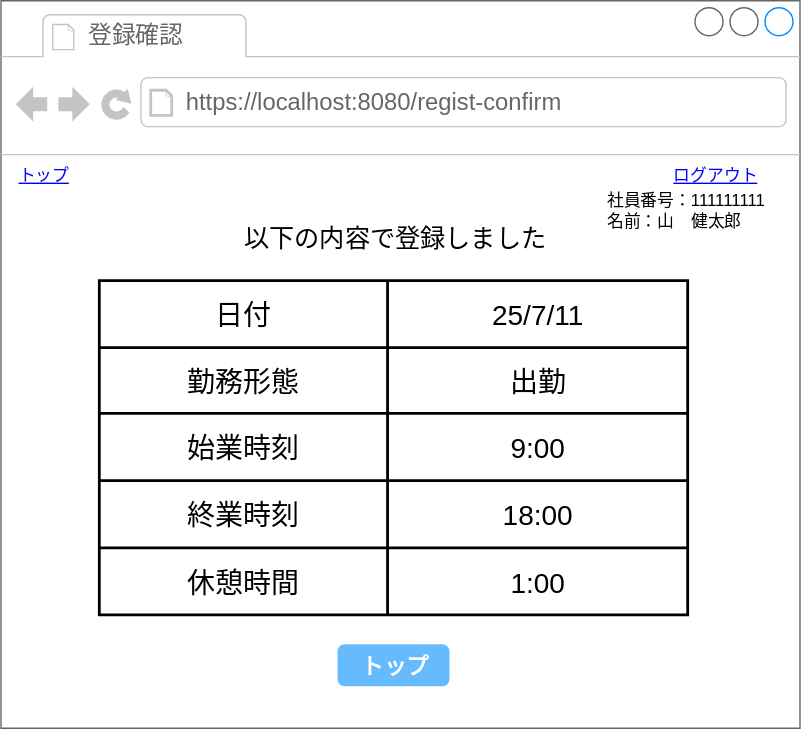
Earlier version of the draw.io export 基本設計/画面設計図/12_registconfirm.drawio.svg (ICT-Training-2026/team-project-15). Source tidied: cells renumbered, new cells last; positions are measured from the earlier drawing's top-left corner, leaving out a move shared by most shapes.
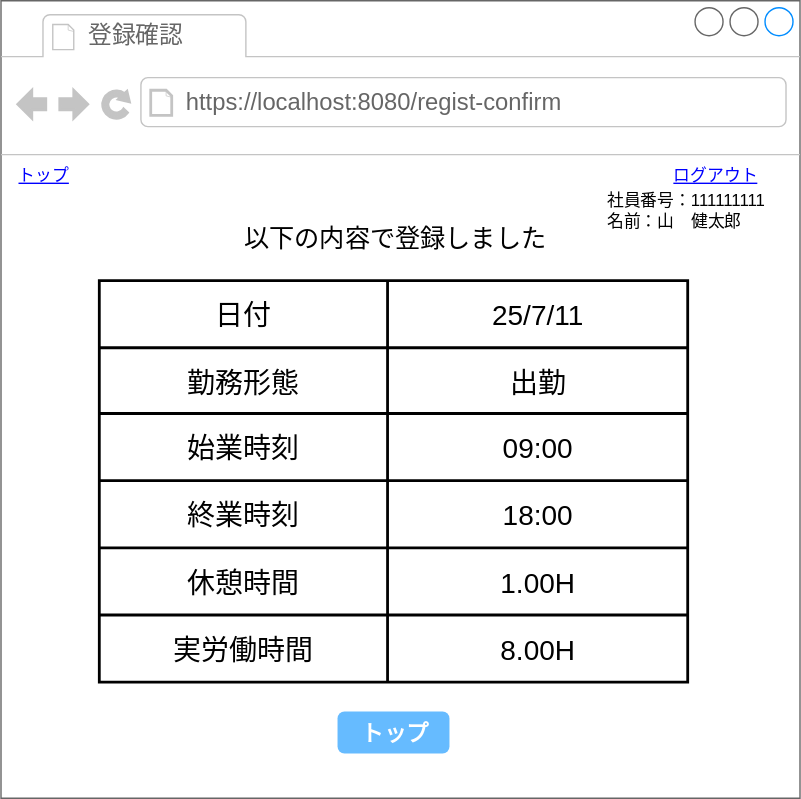
Above is the later version.

Diff of the diagram source:
```diff
@@ -3,7 +3,7 @@
     <mxCell id="0" />
     <mxCell id="1" parent="0" />
     <mxCell id="2" style="strokeWidth=1;shadow=0;dashed=0;align=center;html=1;shape=mxgraph.mockup.containers.browserWindow;rSize=0;strokeColor=#666666;strokeColor2=#008cff;strokeColor3=#c4c4c4;mainText=,;" parent="1" vertex="1">
-      <mxGeometry width="571" height="520" as="geometry" />
+      <mxGeometry width="571" height="570" as="geometry" />
     </mxCell>
     <mxCell id="3" value="登録確認" style="strokeWidth=1;shadow=0;dashed=0;align=center;html=1;shape=mxgraph.mockup.containers.anchor;fontSize=17;fontColor=#666666;align=left;whiteSpace=wrap;" parent="2" vertex="1">
       <mxGeometry x="60" y="12" width="110" height="26" as="geometry" />
@@ -24,7 +24,7 @@
       <mxGeometry x="431" y="130" width="140" height="40" as="geometry" />
     </mxCell>
     <mxCell id="9" style="shape=table;html=1;whiteSpace=wrap;startSize=0;strokeWidth=2;" parent="2" vertex="1">
-      <mxGeometry x="70.2" y="200" width="420.5" height="239" as="geometry" />
+      <mxGeometry x="70.2" y="200" width="420.5" height="287" as="geometry" />
     </mxCell>
     <mxCell id="10" style="shape=tableRow;horizontal=0;startSize=0;swimlaneHead=0;swimlaneBody=0;top=0;left=0;bottom=0;right=0;fillColor=none;" parent="9" vertex="1">
       <mxGeometry width="420.5" height="48" as="geometry" />
@@ -50,7 +50,7 @@
     <mxCell id="17" value="&lt;font style=&quot;font-size: 20px;&quot;&gt;始業時刻&lt;/font&gt;" style="shape=partialRectangle;html=1;whiteSpace=wrap;fillColor=none;top=0;left=0;bottom=0;right=0;overflow=hidden;" parent="16" vertex="1">
       <mxGeometry width="206" height="48" as="geometry" />
     </mxCell>
-    <mxCell id="18" value="&lt;font style=&quot;font-size: 20px;&quot;&gt;9:00&lt;/font&gt;" style="shape=partialRectangle;html=1;whiteSpace=wrap;fillColor=none;top=0;left=0;bottom=0;right=0;overflow=hidden;" parent="16" vertex="1">
+    <mxCell id="18" value="&lt;font style=&quot;font-size: 20px;&quot;&gt;09:00&lt;/font&gt;" style="shape=partialRectangle;html=1;whiteSpace=wrap;fillColor=none;top=0;left=0;bottom=0;right=0;overflow=hidden;" parent="16" vertex="1">
       <mxGeometry x="206" width="215" height="48" as="geometry" />
     </mxCell>
     <mxCell id="19" style="shape=tableRow;horizontal=0;startSize=0;swimlaneHead=0;swimlaneBody=0;top=0;left=0;bottom=0;right=0;fillColor=none;" parent="9" vertex="1">
@@ -68,11 +68,20 @@
     <mxCell id="23" value="&lt;font style=&quot;font-size: 20px;&quot;&gt;休憩時間&lt;/font&gt;" style="shape=partialRectangle;html=1;whiteSpace=wrap;fillColor=none;top=0;left=0;bottom=0;right=0;overflow=hidden;" parent="22" vertex="1">
       <mxGeometry width="206" height="48" as="geometry" />
     </mxCell>
-    <mxCell id="24" value="&lt;font style=&quot;font-size: 20px;&quot;&gt;1:00&lt;/font&gt;" style="shape=partialRectangle;html=1;whiteSpace=wrap;fillColor=none;top=0;left=0;bottom=0;right=0;overflow=hidden;" parent="22" vertex="1">
+    <mxCell id="24" value="&lt;font style=&quot;font-size: 20px;&quot;&gt;1.00H&lt;/font&gt;" style="shape=partialRectangle;html=1;whiteSpace=wrap;fillColor=none;top=0;left=0;bottom=0;right=0;overflow=hidden;" parent="22" vertex="1">
       <mxGeometry x="206" width="215" height="48" as="geometry" />
     </mxCell>
+    <mxCell id="26" style="shape=tableRow;horizontal=0;startSize=0;swimlaneHead=0;swimlaneBody=0;top=0;left=0;bottom=0;right=0;fillColor=none;" parent="9" vertex="1">
+      <mxGeometry y="239" width="420.5" height="48" as="geometry" />
+    </mxCell>
+    <mxCell id="27" value="&lt;font style=&quot;font-size: 20px;&quot;&gt;実労働時間&lt;/font&gt;" style="shape=partialRectangle;html=1;whiteSpace=wrap;fillColor=none;top=0;left=0;bottom=0;right=0;overflow=hidden;" parent="26" vertex="1">
+      <mxGeometry width="206" height="48" as="geometry" />
+    </mxCell>
+    <mxCell id="28" value="&lt;font style=&quot;font-size: 20px;&quot;&gt;8.00H&lt;/font&gt;" style="shape=partialRectangle;html=1;whiteSpace=wrap;fillColor=none;top=0;left=0;bottom=0;right=0;overflow=hidden;" parent="26" vertex="1">
+      <mxGeometry x="206" width="215" height="48" as="geometry" />
+    </mxCell>
     <mxCell id="25" value="トップ" style="strokeWidth=1;shadow=0;dashed=0;align=center;html=1;shape=mxgraph.mockup.forms.rrect;rSize=5;strokeColor=none;fontColor=#ffffff;fillColor=#66bbff;fontSize=16;fontStyle=1;" parent="2" vertex="1">
-      <mxGeometry x="240.5" y="460" width="80" height="30" as="geometry" />
+      <mxGeometry x="240.5" y="508" width="80" height="30" as="geometry" />
     </mxCell>
   </root>
 </mxGraphModel>
```
